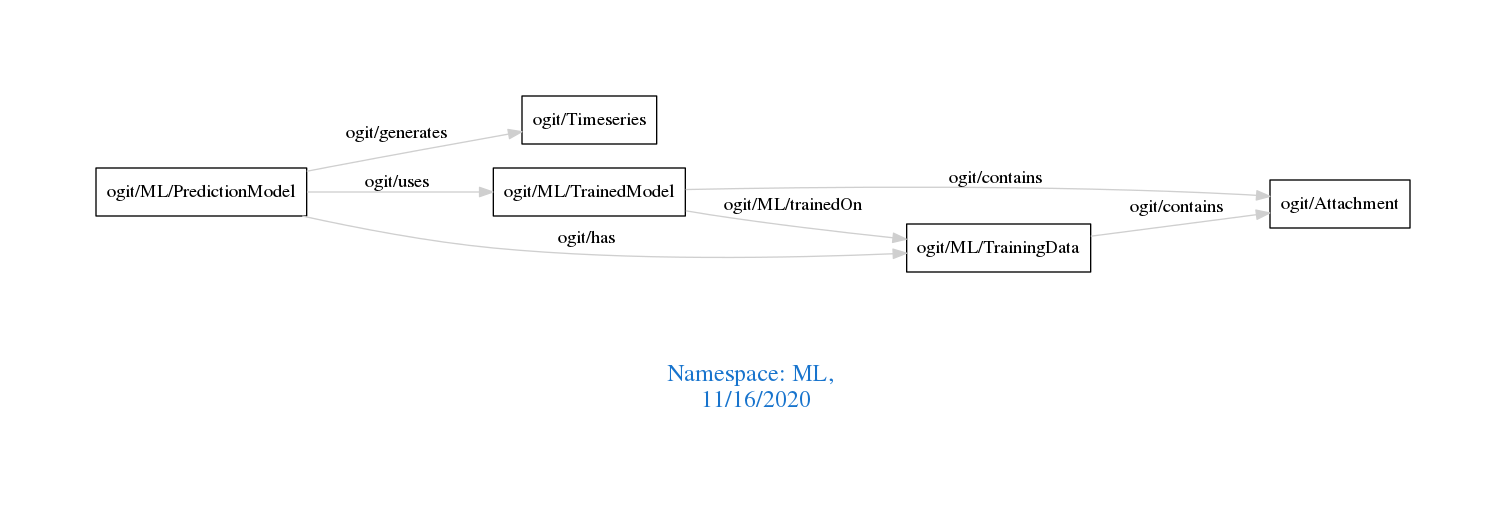
This is downloads/ML.png from arago/OGIT, a Graphviz export, as it was before one commit. Its source is kept beside it as downloads/ML.dot.
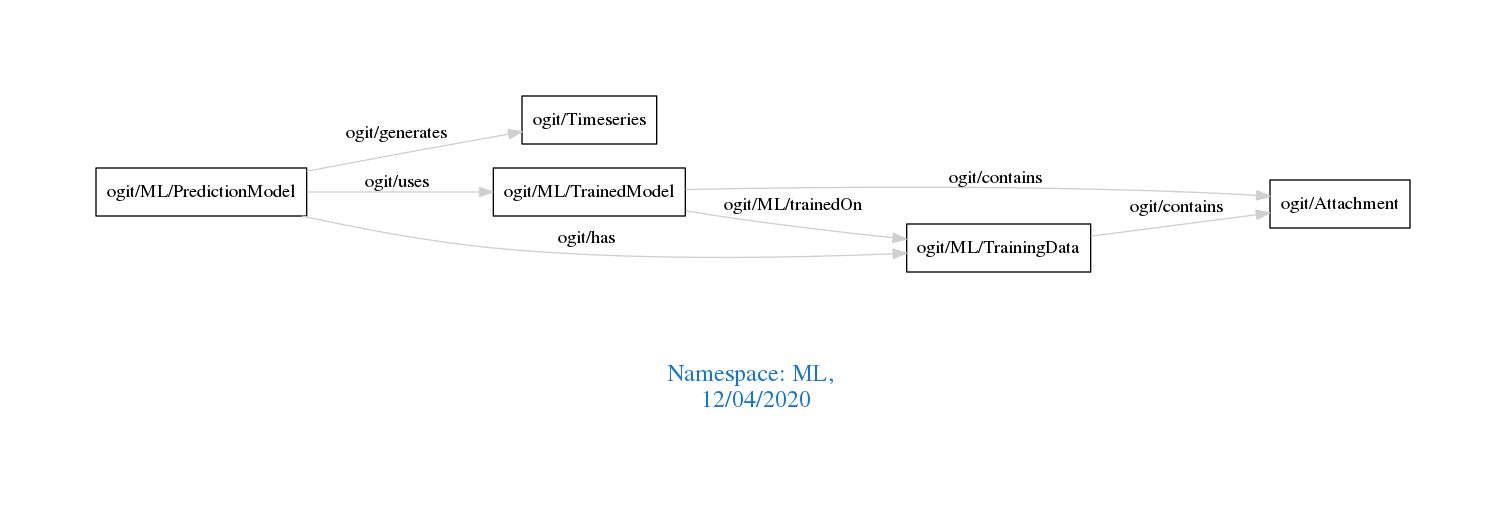
Above is the later version.

Diff of the diagram source:
```diff
@@ -1,7 +1,7 @@
 digraph OGIT_ontology {
  graph [ rankdir= LR,pad=1
 fontsize = 18,
-fontcolor= dodgerblue3,label = "\n\n\nNamespace: ML, \n 11/16/2020"];
+fontcolor= dodgerblue3,label = "\n\n\nNamespace: ML, \n 12/04/2020"];
 node[shape=polygon];
 edge [  color="gray81"];
 
```
